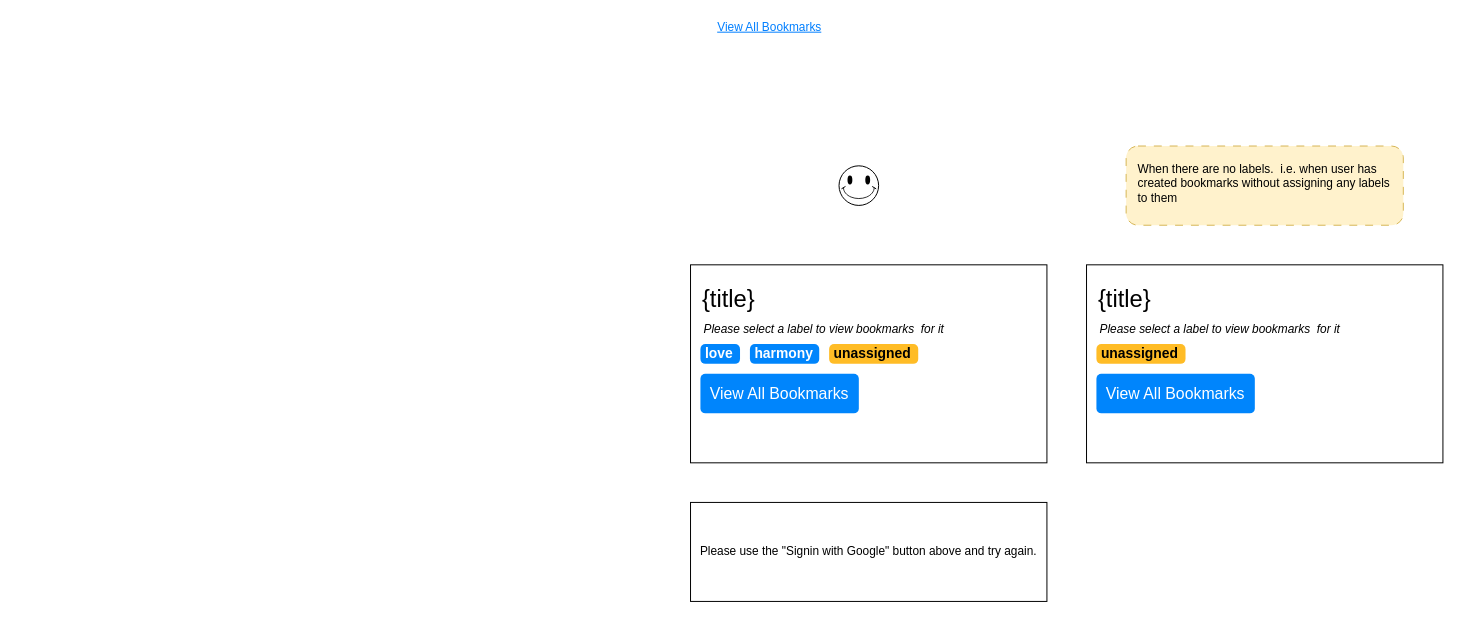
Earlier version of the draw.io diagram page "View All Bookmarks Feature" (8 of 8) of my-hfn-pitstop.drawio (appsparkler/draw.io). Source tidied: cells renumbered, new cells numbered last; positions are measured from the earlier drawing's top-left corner, leaving out a move shared by most shapes. Both pictures are drawn from the tidied source at 99%, with x=0, y=0 at pixel (690, 17).
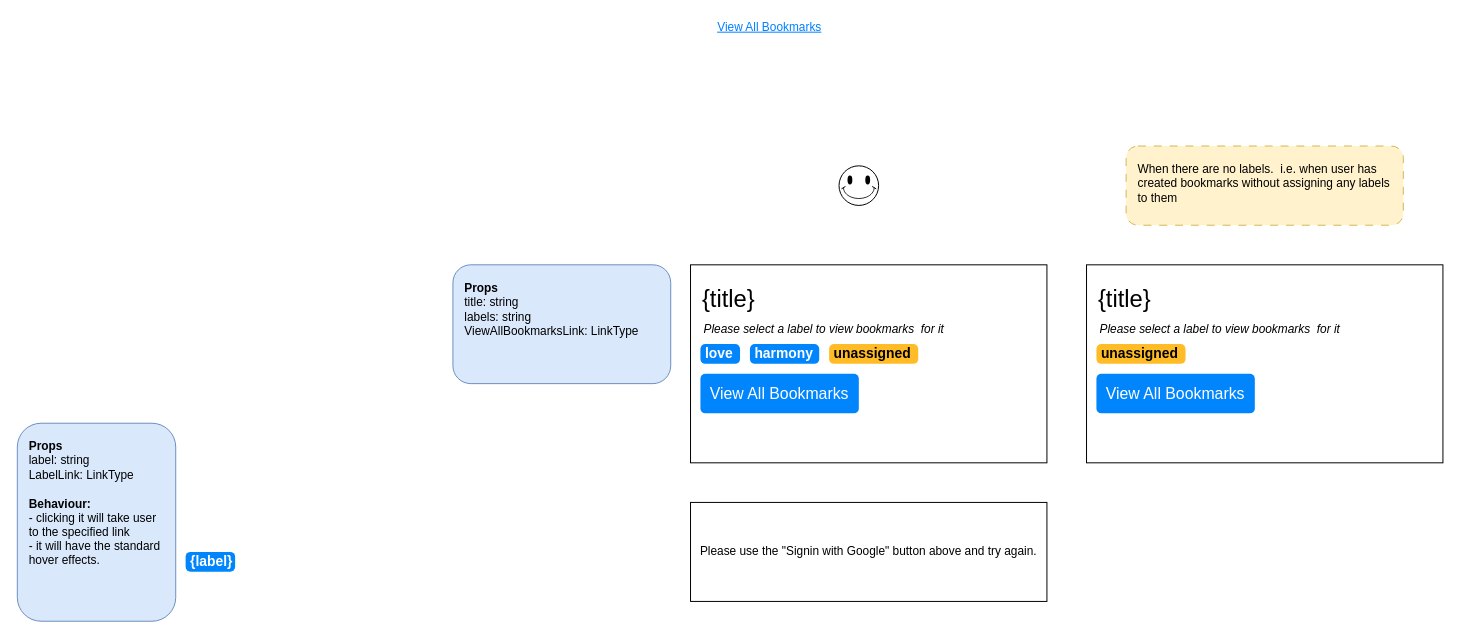
The same page after the edit.

Diff of the diagram source:
```diff
@@
+    <mxCell id="18" value="&lt;div&gt;&lt;b&gt;Props&lt;/b&gt;&lt;/div&gt;&lt;div&gt;title: string&lt;/div&gt;&lt;div&gt;labels: string&lt;br&gt;ViewAllBookmarksLink: LinkType&lt;br&gt;&lt;br&gt;&lt;br&gt;&lt;/div&gt;" style="rounded=1;whiteSpace=wrap;html=1;fillColor=#dae8fc;strokeColor=#6c8ebf;align=left;verticalAlign=top;spacing=12;" parent="1" vertex="1">
+      <mxGeometry x="-240" y="250" width="220" height="120" as="geometry" />
+    </mxCell>
+    <mxCell id="19" value="{label}" style="html=1;shadow=0;dashed=0;shape=mxgraph.bootstrap.rrect;rSize=5;strokeColor=none;strokeWidth=1;fillColor=#0085FC;fontColor=#FFFFFF;whiteSpace=wrap;align=left;verticalAlign=middle;spacingLeft=0;fontStyle=1;fontSize=14;spacing=5;" parent="1" vertex="1">
+      <mxGeometry x="-510" y="540" width="50" height="20" as="geometry" />
+    </mxCell>
+    <mxCell id="20" value="&lt;div&gt;&lt;b&gt;Props&lt;/b&gt;&lt;/div&gt;&lt;div&gt;label: string&lt;/div&gt;&lt;div&gt;LabelLink: LinkType&lt;br&gt;&lt;br&gt;&lt;/div&gt;&lt;b&gt;Behaviour:&lt;br&gt;&lt;/b&gt;&lt;div&gt;- clicking it will take user to the specified link&lt;/div&gt;&lt;div&gt;- it will have the standard hover effects.&lt;/div&gt;" style="rounded=1;whiteSpace=wrap;html=1;fillColor=#dae8fc;strokeColor=#6c8ebf;align=left;verticalAlign=top;spacing=12;" parent="1" vertex="1">
+      <mxGeometry x="-680" y="410" width="160" height="200" as="geometry" />
+    </mxCell>
```
